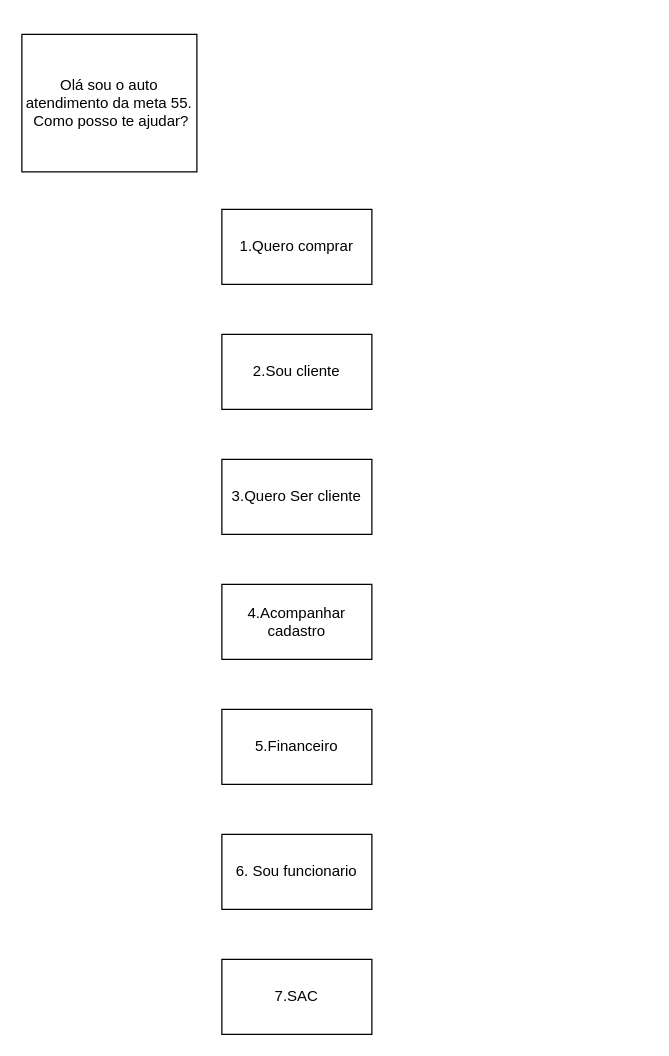
SamuelvLopes/assents keeps this draw.io diagram as Untitled Diagram.drawio. Above is the earlier version. Source tidied: cells renumbered, new cells numbered last; positions are measured from the earlier drawing's top-left corner, leaving out a move shared by most shapes. Both pictures are drawn from the tidied source at 125%, with x=0, y=0 at pixel (21, 34).
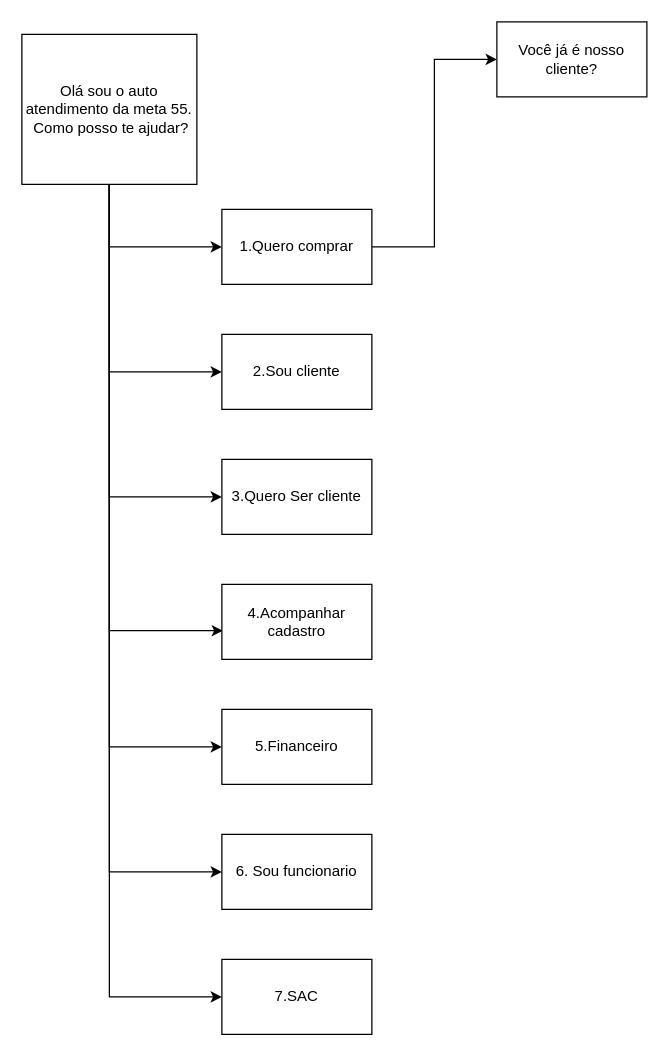
Above is the later version.

What changed in the source:
```diff
@@
 <mxGraphModel>
   <root>
     <mxCell id="0" />
     <mxCell id="1" parent="0" />
+    <mxCell id="10" style="edgeStyle=orthogonalEdgeStyle;rounded=0;jettySize=auto;html=1;entryX=0;entryY=0.5;entryDx=0;entryDy=0;exitX=0.5;exitY=1;exitDx=0;exitDy=0;" parent="1" edge="1" source="2" target="3">
+      <mxGeometry relative="1" as="geometry" />
+    </mxCell>
+    <mxCell id="11" style="edgeStyle=orthogonalEdgeStyle;rounded=0;jettySize=auto;html=1;exitX=0.5;exitY=1;exitDx=0;exitDy=0;entryX=0;entryY=0.5;entryDx=0;entryDy=0;" parent="1" edge="1" source="2" target="4">
+      <mxGeometry relative="1" as="geometry" />
+    </mxCell>
+    <mxCell id="12" style="edgeStyle=orthogonalEdgeStyle;rounded=0;jettySize=auto;html=1;exitX=0.5;exitY=1;exitDx=0;exitDy=0;entryX=0;entryY=0.5;entryDx=0;entryDy=0;" parent="1" edge="1" source="2" target="5">
+      <mxGeometry relative="1" as="geometry" />
+    </mxCell>
+    <mxCell id="13" style="edgeStyle=orthogonalEdgeStyle;rounded=0;jettySize=auto;html=1;exitX=0.5;exitY=1;exitDx=0;exitDy=0;entryX=0.007;entryY=0.617;entryDx=0;entryDy=0;entryPerimeter=0;" parent="1" edge="1" source="2" target="6">
+      <mxGeometry relative="1" as="geometry" />
+    </mxCell>
+    <mxCell id="14" style="edgeStyle=orthogonalEdgeStyle;rounded=0;jettySize=auto;html=1;exitX=0.5;exitY=1;exitDx=0;exitDy=0;entryX=0;entryY=0.5;entryDx=0;entryDy=0;" parent="1" edge="1" source="2" target="7">
+      <mxGeometry relative="1" as="geometry" />
+    </mxCell>
+    <mxCell id="15" style="edgeStyle=orthogonalEdgeStyle;rounded=0;jettySize=auto;html=1;exitX=0.5;exitY=1;exitDx=0;exitDy=0;entryX=0;entryY=0.5;entryDx=0;entryDy=0;" parent="1" edge="1" source="2" target="8">
+      <mxGeometry relative="1" as="geometry" />
+    </mxCell>
+    <mxCell id="16" style="edgeStyle=orthogonalEdgeStyle;rounded=0;jettySize=auto;html=1;exitX=0.5;exitY=1;exitDx=0;exitDy=0;entryX=0;entryY=0.5;entryDx=0;entryDy=0;" parent="1" edge="1" source="2" target="9">
+      <mxGeometry relative="1" as="geometry" />
+    </mxCell>
     <mxCell id="2" value="Olá sou o auto atendimento da meta 55.&lt;br&gt;&amp;nbsp;Como posso te ajudar?" style="rounded=0;whiteSpace=wrap;html=1;" parent="1" vertex="1">
-      <mxGeometry width="140" height="110" as="geometry" />
+      <mxGeometry width="140" height="120" as="geometry" />
     </mxCell>
+    <mxCell id="17" style="edgeStyle=orthogonalEdgeStyle;rounded=0;jettySize=auto;html=1;exitX=1;exitY=0.5;exitDx=0;exitDy=0;entryX=0;entryY=0.5;entryDx=0;entryDy=0;" parent="1" edge="1" source="3" target="18">
+      <mxGeometry relative="1" as="geometry" />
+    </mxCell>
     <mxCell id="3" value="1.Quero comprar&lt;br&gt;" style="rounded=0;whiteSpace=wrap;html=1;" parent="1" vertex="1">
       <mxGeometry x="160" y="140" width="120" height="60" as="geometry" />
     </mxCell>
     <mxCell id="4" value="2.Sou cliente&lt;br&gt;" style="rounded=0;whiteSpace=wrap;html=1;" parent="1" vertex="1">
       <mxGeometry x="160" y="240" width="120" height="60" as="geometry" />
     </mxCell>
     <mxCell id="5" value="3.Quero Ser cliente&lt;br&gt;" style="rounded=0;whiteSpace=wrap;html=1;" parent="1" vertex="1">
       <mxGeometry x="160" y="340" width="120" height="60" as="geometry" />
     </mxCell>
     <mxCell id="6" value="4.Acompanhar cadastro" style="rounded=0;whiteSpace=wrap;html=1;" parent="1" vertex="1">
       <mxGeometry x="160" y="440" width="120" height="60" as="geometry" />
     </mxCell>
     <mxCell id="7" value="5.Financeiro" style="rounded=0;whiteSpace=wrap;html=1;" parent="1" vertex="1">
       <mxGeometry x="160" y="540" width="120" height="60" as="geometry" />
     </mxCell>
     <mxCell id="8" value="6. Sou funcionario" style="rounded=0;whiteSpace=wrap;html=1;" parent="1" vertex="1">
       <mxGeometry x="160" y="640" width="120" height="60" as="geometry" />
     </mxCell>
     <mxCell id="9" value="7.SAC" style="rounded=0;whiteSpace=wrap;html=1;" parent="1" vertex="1">
       <mxGeometry x="160" y="740" width="120" height="60" as="geometry" />
     </mxCell>
+    <mxCell id="18" value="Você já é nosso cliente?" style="rounded=0;whiteSpace=wrap;html=1;" parent="1" vertex="1">
+      <mxGeometry x="380" y="-10" width="120" height="60" as="geometry" />
+    </mxCell>
   </root>
 </mxGraphModel>
```
